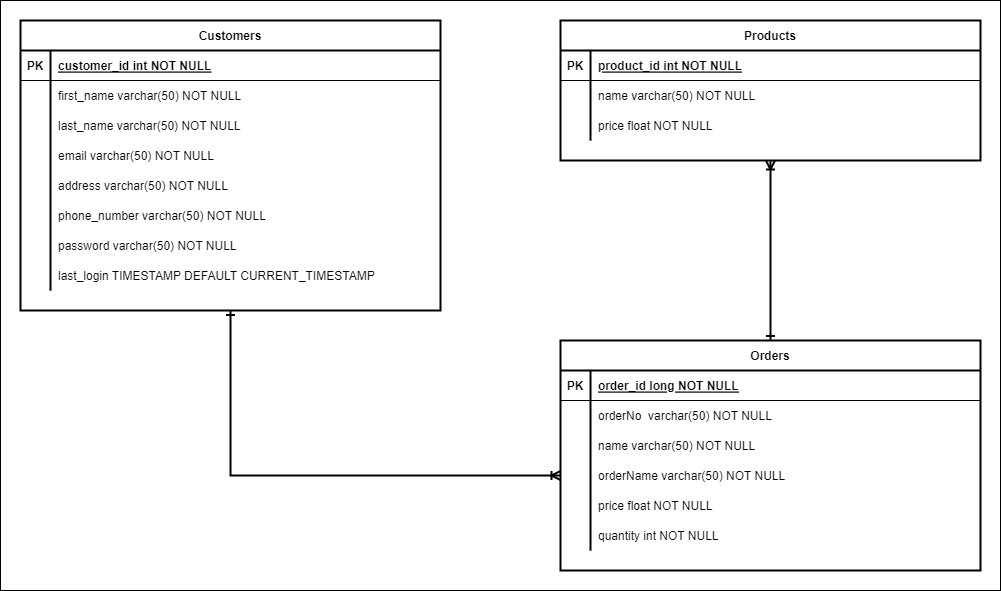
This is Wireframes & Models/Customer_Database_Model .png from ktbloomq/Milestone-CST-339, a draw.io export, as it was before one commit. Source tidied: cells renumbered, new cells last; positions are measured from the earlier drawing's top-left corner, leaving out a move shared by most shapes.
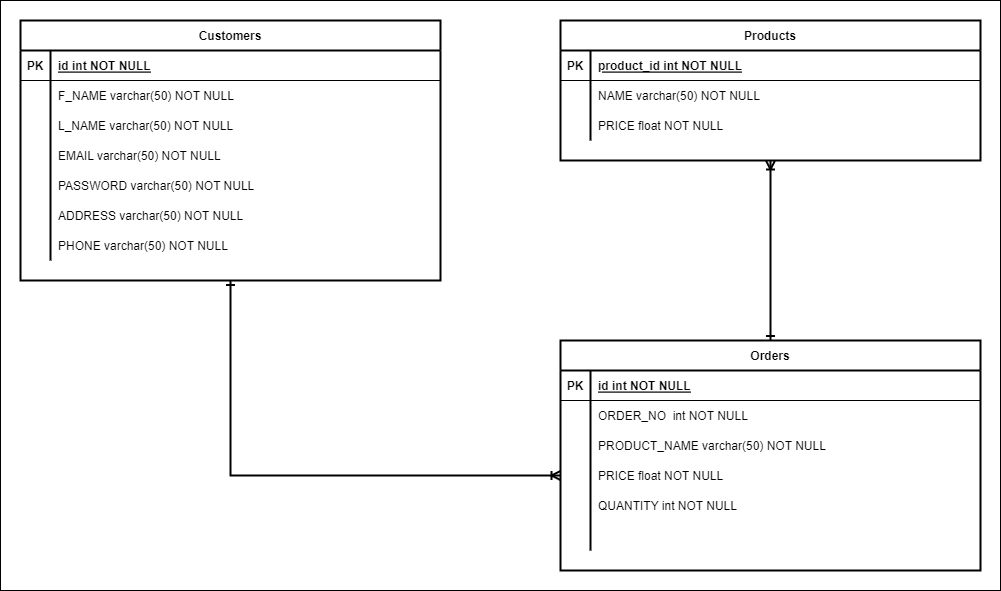
The same diagram one commit later.

What changed in the source:
```diff
@@ -9,7 +9,7 @@
       <mxGeometry relative="1" as="geometry" />
     </mxCell>
     <mxCell id="4" value="Customers" style="shape=table;startSize=30;rowLines=0;fontStyle=1;align=center;strokeWidth=2;" parent="1" vertex="1">
-      <mxGeometry x="20" y="20" width="420" height="290" as="geometry" />
+      <mxGeometry x="20" y="20" width="420" height="260" as="geometry" />
     </mxCell>
     <mxCell id="5" style="shape=partialRectangle;fillColor=none;top=0;left=0;right=0;bottom=1;" parent="4" vertex="1">
       <mxGeometry y="30" width="420" height="30" as="geometry" />
@@ -17,7 +17,7 @@
     <mxCell id="6" value="PK" style="shape=partialRectangle;overflow=hidden;fillColor=none;top=0;left=0;bottom=0;right=0;fontStyle=1;" parent="5" vertex="1">
       <mxGeometry width="30" height="30" as="geometry" />
     </mxCell>
-    <mxCell id="7" value="customer_id int NOT NULL " style="shape=partialRectangle;overflow=hidden;fillColor=none;top=0;left=0;bottom=0;right=0;align=left;spacingLeft=6;fontStyle=5;" parent="5" vertex="1">
+    <mxCell id="7" value="id int NOT NULL " style="shape=partialRectangle;overflow=hidden;fillColor=none;top=0;left=0;bottom=0;right=0;align=left;spacingLeft=6;fontStyle=5;" parent="5" vertex="1">
       <mxGeometry x="30" width="390" height="30" as="geometry" />
     </mxCell>
     <mxCell id="8" style="shape=partialRectangle;fillColor=none;top=0;left=0;right=0;bottom=0;" parent="4" vertex="1">
@@ -26,7 +26,7 @@
     <mxCell id="9" style="shape=partialRectangle;overflow=hidden;fillColor=none;top=0;left=0;bottom=0;right=0;" parent="8" vertex="1">
       <mxGeometry width="30" height="30" as="geometry" />
     </mxCell>
-    <mxCell id="10" value="first_name varchar(50) NOT NULL" style="shape=partialRectangle;overflow=hidden;fillColor=none;top=0;left=0;bottom=0;right=0;align=left;spacingLeft=6;" parent="8" vertex="1">
+    <mxCell id="10" value="F_NAME varchar(50) NOT NULL" style="shape=partialRectangle;overflow=hidden;fillColor=none;top=0;left=0;bottom=0;right=0;align=left;spacingLeft=6;" parent="8" vertex="1">
       <mxGeometry x="30" width="390" height="30" as="geometry" />
     </mxCell>
     <mxCell id="11" style="shape=partialRectangle;fillColor=none;top=0;left=0;right=0;bottom=0;" parent="4" vertex="1">
@@ -35,7 +35,7 @@
     <mxCell id="12" style="shape=partialRectangle;overflow=hidden;fillColor=none;top=0;left=0;bottom=0;right=0;" parent="11" vertex="1">
       <mxGeometry width="30" height="30" as="geometry" />
     </mxCell>
-    <mxCell id="13" value="last_name varchar(50) NOT NULL" style="shape=partialRectangle;overflow=hidden;fillColor=none;top=0;left=0;bottom=0;right=0;align=left;spacingLeft=6;" parent="11" vertex="1">
+    <mxCell id="13" value="L_NAME varchar(50) NOT NULL" style="shape=partialRectangle;overflow=hidden;fillColor=none;top=0;left=0;bottom=0;right=0;align=left;spacingLeft=6;" parent="11" vertex="1">
       <mxGeometry x="30" width="390" height="30" as="geometry" />
     </mxCell>
     <mxCell id="14" style="shape=partialRectangle;fillColor=none;top=0;left=0;right=0;bottom=0;" parent="4" vertex="1">
@@ -44,45 +44,36 @@
     <mxCell id="15" style="shape=partialRectangle;overflow=hidden;fillColor=none;top=0;left=0;bottom=0;right=0;" parent="14" vertex="1">
       <mxGeometry width="30" height="30" as="geometry" />
     </mxCell>
-    <mxCell id="16" value="email varchar(50) NOT NULL" style="shape=partialRectangle;overflow=hidden;fillColor=none;top=0;left=0;bottom=0;right=0;align=left;spacingLeft=6;" parent="14" vertex="1">
+    <mxCell id="16" value="EMAIL varchar(50) NOT NULL" style="shape=partialRectangle;overflow=hidden;fillColor=none;top=0;left=0;bottom=0;right=0;align=left;spacingLeft=6;" parent="14" vertex="1">
       <mxGeometry x="30" width="390" height="30" as="geometry" />
     </mxCell>
+    <mxCell id="23" style="shape=partialRectangle;fillColor=none;top=0;left=0;right=0;bottom=0;" parent="4" vertex="1">
+      <mxGeometry y="150" width="420" height="30" as="geometry" />
+    </mxCell>
+    <mxCell id="24" style="shape=partialRectangle;overflow=hidden;fillColor=none;top=0;left=0;bottom=0;right=0;" parent="23" vertex="1">
+      <mxGeometry width="30" height="30" as="geometry" />
+    </mxCell>
+    <mxCell id="25" value="PASSWORD varchar(50) NOT NULL" style="shape=partialRectangle;overflow=hidden;fillColor=none;top=0;left=0;bottom=0;right=0;align=left;spacingLeft=6;" parent="23" vertex="1">
+      <mxGeometry x="30" width="390" height="30" as="geometry" />
+    </mxCell>
     <mxCell id="17" style="shape=partialRectangle;fillColor=none;top=0;left=0;right=0;bottom=0;" parent="4" vertex="1">
-      <mxGeometry y="150" width="420" height="30" as="geometry" />
+      <mxGeometry y="180" width="420" height="30" as="geometry" />
     </mxCell>
     <mxCell id="18" style="shape=partialRectangle;overflow=hidden;fillColor=none;top=0;left=0;bottom=0;right=0;" parent="17" vertex="1">
       <mxGeometry width="30" height="30" as="geometry" />
     </mxCell>
-    <mxCell id="19" value="address varchar(50) NOT NULL" style="shape=partialRectangle;overflow=hidden;fillColor=none;top=0;left=0;bottom=0;right=0;align=left;spacingLeft=6;" parent="17" vertex="1">
+    <mxCell id="19" value="ADDRESS varchar(50) NOT NULL" style="shape=partialRectangle;overflow=hidden;fillColor=none;top=0;left=0;bottom=0;right=0;align=left;spacingLeft=6;" parent="17" vertex="1">
       <mxGeometry x="30" width="390" height="30" as="geometry" />
     </mxCell>
     <mxCell id="20" style="shape=partialRectangle;fillColor=none;top=0;left=0;right=0;bottom=0;" parent="4" vertex="1">
-      <mxGeometry y="180" width="420" height="30" as="geometry" />
+      <mxGeometry y="210" width="420" height="30" as="geometry" />
     </mxCell>
     <mxCell id="21" style="shape=partialRectangle;overflow=hidden;fillColor=none;top=0;left=0;bottom=0;right=0;" parent="20" vertex="1">
       <mxGeometry width="30" height="30" as="geometry" />
     </mxCell>
-    <mxCell id="22" value="phone_number varchar(50) NOT NULL" style="shape=partialRectangle;overflow=hidden;fillColor=none;top=0;left=0;bottom=0;right=0;align=left;spacingLeft=6;" parent="20" vertex="1">
+    <mxCell id="22" value="PHONE varchar(50) NOT NULL" style="shape=partialRectangle;overflow=hidden;fillColor=none;top=0;left=0;bottom=0;right=0;align=left;spacingLeft=6;" parent="20" vertex="1">
       <mxGeometry x="30" width="390" height="30" as="geometry" />
     </mxCell>
-    <mxCell id="23" style="shape=partialRectangle;fillColor=none;top=0;left=0;right=0;bottom=0;" parent="4" vertex="1">
-      <mxGeometry y="210" width="420" height="30" as="geometry" />
-    </mxCell>
-    <mxCell id="24" style="shape=partialRectangle;overflow=hidden;fillColor=none;top=0;left=0;bottom=0;right=0;" parent="23" vertex="1">
-      <mxGeometry width="30" height="30" as="geometry" />
-    </mxCell>
-    <mxCell id="25" value="password varchar(50) NOT NULL" style="shape=partialRectangle;overflow=hidden;fillColor=none;top=0;left=0;bottom=0;right=0;align=left;spacingLeft=6;" parent="23" vertex="1">
-      <mxGeometry x="30" width="390" height="30" as="geometry" />
-    </mxCell>
-    <mxCell id="26" style="shape=partialRectangle;fillColor=none;top=0;left=0;right=0;bottom=0;" parent="4" vertex="1">
-      <mxGeometry y="240" width="420" height="30" as="geometry" />
-    </mxCell>
-    <mxCell id="27" style="shape=partialRectangle;overflow=hidden;fillColor=none;top=0;left=0;bottom=0;right=0;" parent="26" vertex="1">
-      <mxGeometry width="30" height="30" as="geometry" />
-    </mxCell>
-    <mxCell id="28" value="last_login TIMESTAMP DEFAULT CURRENT_TIMESTAMP" style="shape=partialRectangle;overflow=hidden;fillColor=none;top=0;left=0;bottom=0;right=0;align=left;spacingLeft=6;" parent="26" vertex="1">
-      <mxGeometry x="30" width="390" height="30" as="geometry" />
-    </mxCell>
     <mxCell id="29" style="shape=partialRectangle;fillColor=none;top=0;left=0;right=0;bottom=0;" parent="1" vertex="1">
       <mxGeometry x="320" y="160" width="420" height="30" as="geometry" />
     </mxCell>
@@ -110,7 +101,7 @@
     <mxCell id="37" style="shape=partialRectangle;overflow=hidden;fillColor=none;top=0;left=0;bottom=0;right=0;" parent="36" vertex="1">
       <mxGeometry width="30" height="30" as="geometry" />
     </mxCell>
-    <mxCell id="38" value="name varchar(50) NOT NULL" style="shape=partialRectangle;overflow=hidden;fillColor=none;top=0;left=0;bottom=0;right=0;align=left;spacingLeft=6;" parent="36" vertex="1">
+    <mxCell id="38" value="NAME varchar(50) NOT NULL" style="shape=partialRectangle;overflow=hidden;fillColor=none;top=0;left=0;bottom=0;right=0;align=left;spacingLeft=6;" parent="36" vertex="1">
       <mxGeometry x="30" width="390" height="30" as="geometry" />
     </mxCell>
     <mxCell id="39" style="shape=partialRectangle;fillColor=none;top=0;left=0;right=0;bottom=0;" parent="32" vertex="1">
@@ -119,7 +110,7 @@
     <mxCell id="40" style="shape=partialRectangle;overflow=hidden;fillColor=none;top=0;left=0;bottom=0;right=0;" parent="39" vertex="1">
       <mxGeometry width="30" height="30" as="geometry" />
     </mxCell>
-    <mxCell id="41" value="price float NOT NULL" style="shape=partialRectangle;overflow=hidden;fillColor=none;top=0;left=0;bottom=0;right=0;align=left;spacingLeft=6;" parent="39" vertex="1">
+    <mxCell id="41" value="PRICE float NOT NULL" style="shape=partialRectangle;overflow=hidden;fillColor=none;top=0;left=0;bottom=0;right=0;align=left;spacingLeft=6;" parent="39" vertex="1">
       <mxGeometry x="30" width="390" height="30" as="geometry" />
     </mxCell>
     <mxCell id="42" value="Orders" style="shape=table;startSize=30;rowLines=0;fontStyle=1;align=center;strokeWidth=2;" parent="1" vertex="1">
@@ -131,7 +122,7 @@
     <mxCell id="44" value="PK" style="shape=partialRectangle;overflow=hidden;fillColor=none;top=0;left=0;bottom=0;right=0;fontStyle=1;" parent="43" vertex="1">
       <mxGeometry width="30" height="30" as="geometry" />
     </mxCell>
-    <mxCell id="45" value="order_id long NOT NULL " style="shape=partialRectangle;overflow=hidden;fillColor=none;top=0;left=0;bottom=0;right=0;align=left;spacingLeft=6;fontStyle=5;" parent="43" vertex="1">
+    <mxCell id="45" value="id int NOT NULL " style="shape=partialRectangle;overflow=hidden;fillColor=none;top=0;left=0;bottom=0;right=0;align=left;spacingLeft=6;fontStyle=5;" parent="43" vertex="1">
       <mxGeometry x="30" width="390" height="30" as="geometry" />
     </mxCell>
     <mxCell id="46" style="shape=partialRectangle;fillColor=none;top=0;left=0;right=0;bottom=0;" parent="42" vertex="1">
@@ -140,7 +131,7 @@
     <mxCell id="47" style="shape=partialRectangle;overflow=hidden;fillColor=none;top=0;left=0;bottom=0;right=0;" parent="46" vertex="1">
       <mxGeometry width="30" height="30" as="geometry" />
     </mxCell>
-    <mxCell id="48" value="orderNo  varchar(50) NOT NULL" style="shape=partialRectangle;overflow=hidden;fillColor=none;top=0;left=0;bottom=0;right=0;align=left;spacingLeft=6;" parent="46" vertex="1">
+    <mxCell id="48" value="ORDER_NO  int NOT NULL" style="shape=partialRectangle;overflow=hidden;fillColor=none;top=0;left=0;bottom=0;right=0;align=left;spacingLeft=6;" parent="46" vertex="1">
       <mxGeometry x="30" width="390" height="30" as="geometry" />
     </mxCell>
     <mxCell id="49" style="shape=partialRectangle;fillColor=none;top=0;left=0;right=0;bottom=0;" parent="42" vertex="1">
@@ -149,7 +140,7 @@
     <mxCell id="50" style="shape=partialRectangle;overflow=hidden;fillColor=none;top=0;left=0;bottom=0;right=0;" parent="49" vertex="1">
       <mxGeometry width="30" height="30" as="geometry" />
     </mxCell>
-    <mxCell id="51" value="name varchar(50) NOT NULL" style="shape=partialRectangle;overflow=hidden;fillColor=none;top=0;left=0;bottom=0;right=0;align=left;spacingLeft=6;" parent="49" vertex="1">
+    <mxCell id="51" value="PRODUCT_NAME varchar(50) NOT NULL" style="shape=partialRectangle;overflow=hidden;fillColor=none;top=0;left=0;bottom=0;right=0;align=left;spacingLeft=6;" parent="49" vertex="1">
       <mxGeometry x="30" width="390" height="30" as="geometry" />
     </mxCell>
     <mxCell id="52" style="shape=partialRectangle;fillColor=none;points=[[0,0.5],[1,0.5]];portConstraint=eastwest;top=0;left=0;right=0;bottom=0;" parent="42" vertex="1">
@@ -158,11 +149,20 @@
     <mxCell id="53" style="shape=partialRectangle;overflow=hidden;fillColor=none;top=0;left=0;bottom=0;right=0;" parent="52" vertex="1">
       <mxGeometry width="30" height="30" as="geometry" />
     </mxCell>
-    <mxCell id="54" value="orderName varchar(50) NOT NULL" style="shape=partialRectangle;overflow=hidden;fillColor=none;top=0;left=0;bottom=0;right=0;align=left;spacingLeft=6;" parent="52" vertex="1">
+    <mxCell id="54" value="PRICE float NOT NULL" style="shape=partialRectangle;overflow=hidden;fillColor=none;top=0;left=0;bottom=0;right=0;align=left;spacingLeft=6;" parent="52" vertex="1">
       <mxGeometry x="30" width="390" height="30" as="geometry" />
     </mxCell>
+    <mxCell id="58" style="shape=partialRectangle;fillColor=none;top=0;left=0;right=0;bottom=0;" parent="42" vertex="1">
+      <mxGeometry y="150" width="420" height="30" as="geometry" />
+    </mxCell>
+    <mxCell id="59" style="shape=partialRectangle;overflow=hidden;fillColor=none;top=0;left=0;bottom=0;right=0;" parent="58" vertex="1">
+      <mxGeometry width="30" height="30" as="geometry" />
+    </mxCell>
+    <mxCell id="60" value="QUANTITY int NOT NULL" style="shape=partialRectangle;overflow=hidden;fillColor=none;top=0;left=0;bottom=0;right=0;align=left;spacingLeft=6;" parent="58" vertex="1">
+      <mxGeometry x="30" width="390" height="30" as="geometry" />
+    </mxCell>
     <mxCell id="55" style="shape=partialRectangle;fillColor=none;top=0;left=0;right=0;bottom=0;" parent="42" vertex="1">
-      <mxGeometry y="150" width="420" height="30" as="geometry" />
+      <mxGeometry y="180" width="420" height="30" as="geometry" />
     </mxCell>
     <mxCell id="56" style="shape=partialRectangle;overflow=hidden;fillColor=none;top=0;left=0;bottom=0;right=0;" parent="55" vertex="1">
       <mxGeometry width="30" height="30" as="geometry" />
@@ -170,17 +170,5 @@
     <mxCell id="57" style="shape=partialRectangle;overflow=hidden;fillColor=none;top=0;left=0;bottom=0;right=0;align=left;spacingLeft=6;" parent="55" vertex="1">
       <mxGeometry x="30" width="390" height="30" as="geometry" />
     </mxCell>
-    <mxCell id="58" style="shape=partialRectangle;fillColor=none;top=0;left=0;right=0;bottom=0;" parent="42" vertex="1">
-      <mxGeometry y="180" width="420" height="30" as="geometry" />
-    </mxCell>
-    <mxCell id="59" style="shape=partialRectangle;overflow=hidden;fillColor=none;top=0;left=0;bottom=0;right=0;" parent="58" vertex="1">
-      <mxGeometry width="30" height="30" as="geometry" />
-    </mxCell>
-    <mxCell id="60" value="quantity int NOT NULL" style="shape=partialRectangle;overflow=hidden;fillColor=none;top=0;left=0;bottom=0;right=0;align=left;spacingLeft=6;" parent="58" vertex="1">
-      <mxGeometry x="30" width="390" height="30" as="geometry" />
-    </mxCell>
-    <mxCell id="61" value="price float NOT NULL" style="shape=partialRectangle;overflow=hidden;fillColor=none;top=0;left=0;bottom=0;right=0;align=left;spacingLeft=6;" parent="1" vertex="1">
-      <mxGeometry x="590" y="490" width="390" height="30" as="geometry" />
-    </mxCell>
   </root>
 </mxGraphModel>
```
